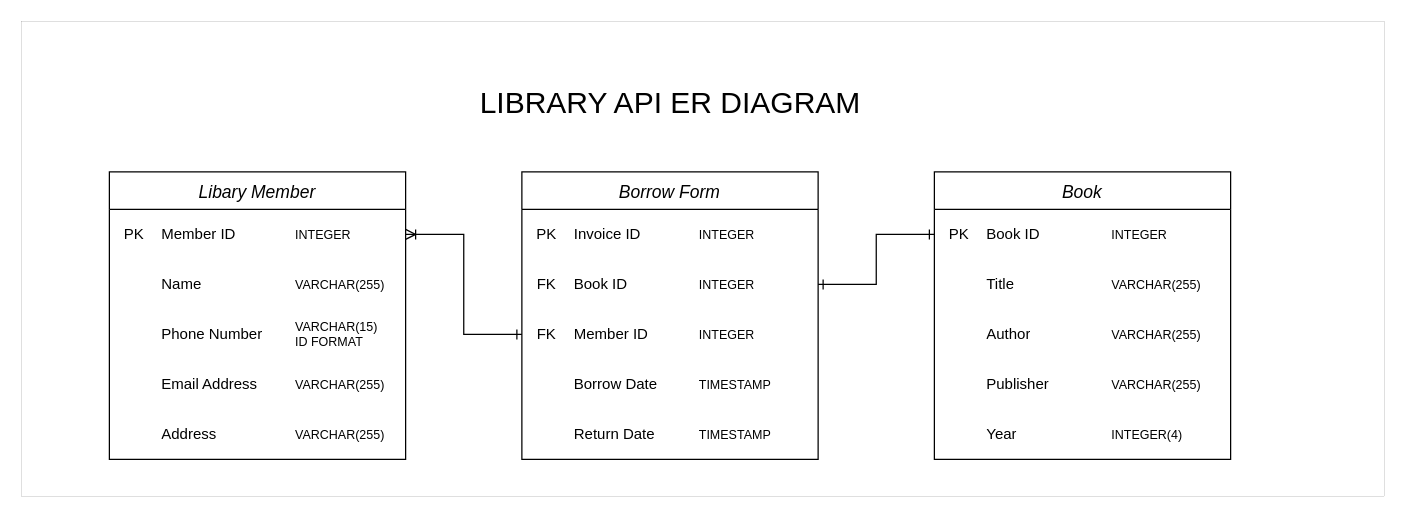
farhanrenaldi/LibraryMS keeps this draw.io diagram as Wireframe/ER Diagram.drawio. Above is the earlier version. Source tidied: cells renumbered, new cells numbered last; positions are measured from the earlier drawing's top-left corner, leaving out a move shared by most shapes. Both pictures are drawn from the tidied source at 125%, with x=0, y=0 at pixel (21, 21).
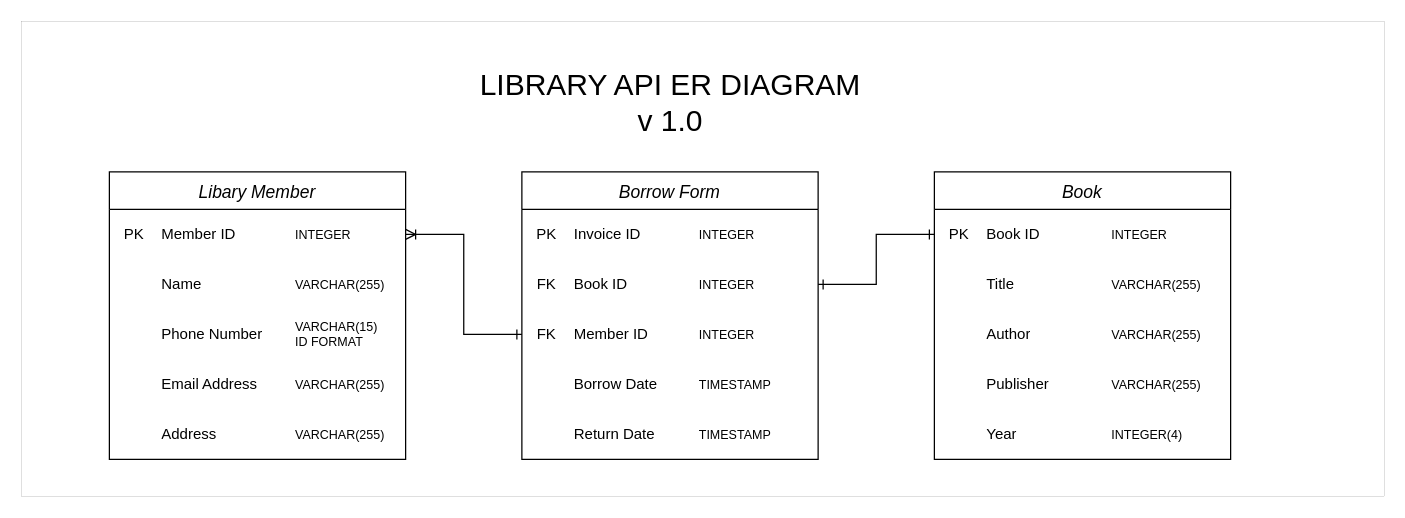
The same diagram, later.

What changed in the source:
```diff
@@
-    <mxCell id="68" value="LIBRARY API ER DIAGRAM" style="text;html=1;strokeColor=none;fillColor=none;align=center;verticalAlign=middle;whiteSpace=wrap;rounded=0;strokeWidth=0;fontSize=24;" parent="1" vertex="1">
+    <mxCell id="68" value="LIBRARY API ER DIAGRAM&lt;br&gt;v 1.0" style="text;html=1;strokeColor=none;fillColor=none;align=center;verticalAlign=middle;whiteSpace=wrap;rounded=0;strokeWidth=0;fontSize=24;" parent="1" vertex="1">
       <mxGeometry x="333.5" y="50" width="370" height="30" as="geometry" />
     </mxCell>
```
